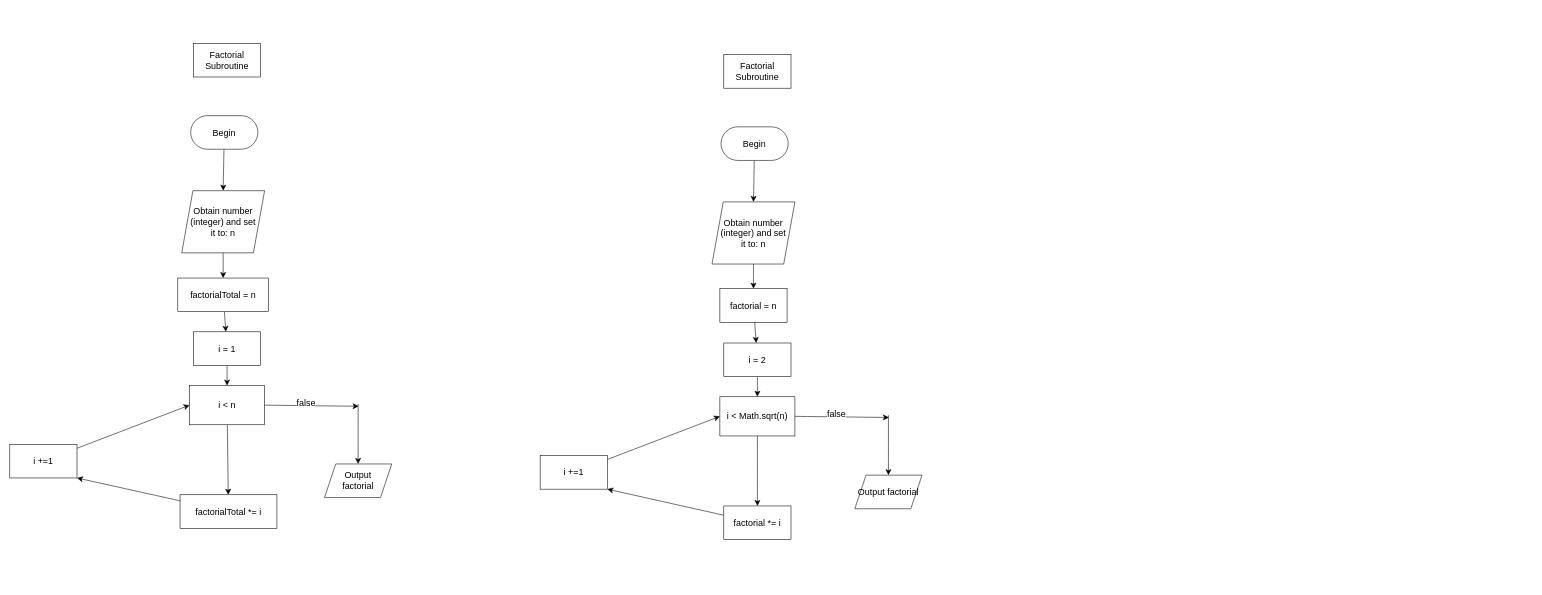
Before: anwarAssignment24/isPrime.drawio in mh-anwar/ICS3U1, a draw.io diagram. Source tidied: cells renumbered, new cells numbered last; positions are measured from the earlier drawing's top-left corner, leaving out a move shared by most shapes. Both pictures are drawn from the tidied source at 56%, with x=0, y=0 at pixel (10, 43).
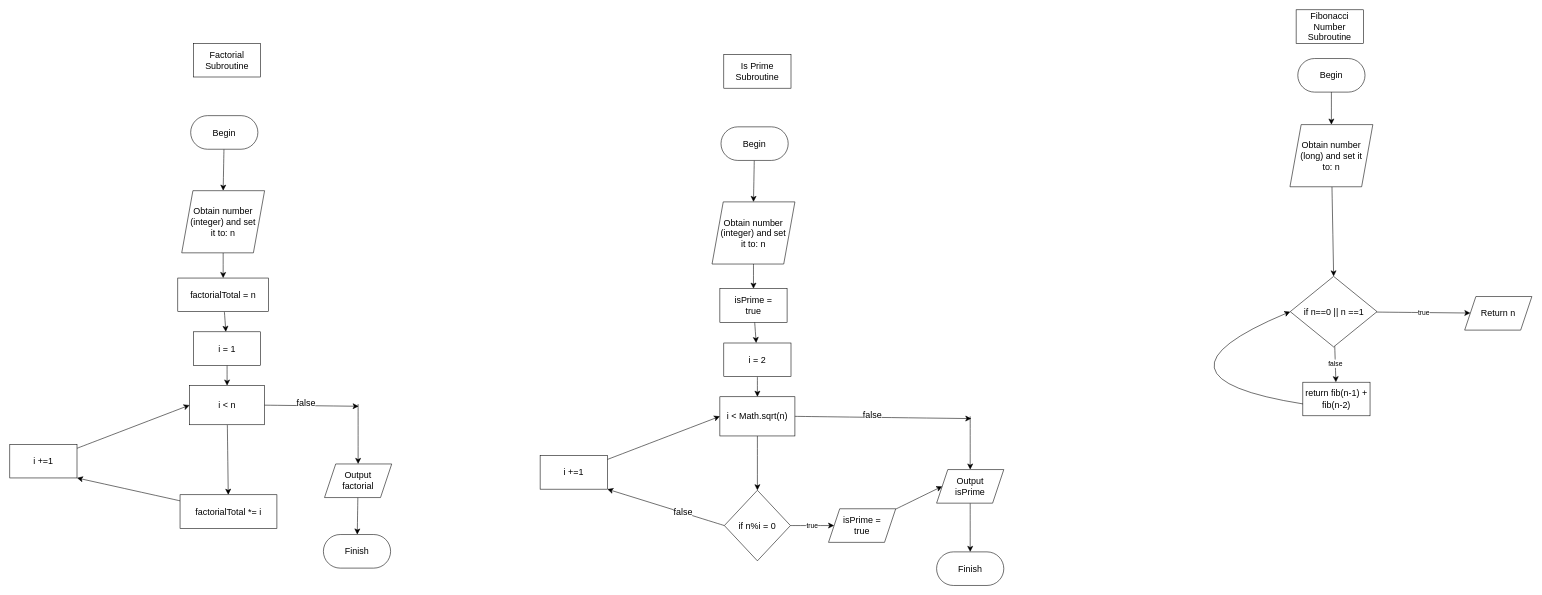
The same diagram, later.

Unchanged cells that the change refers to:
```xml
<mxCell id="10" value="Output factorial" style="shape=parallelogram;perimeter=parallelogramPerimeter;whiteSpace=wrap;html=1;fixedSize=1;fontSize=16;spacing=12;" parent="1" vertex="1">
  <mxGeometry x="562" y="751" width="120" height="60" as="geometry" />
</mxCell>
<mxCell id="26" value="i &amp;lt; Math.sqrt(n)" style="whiteSpace=wrap;html=1;fontSize=16;spacing=12;" parent="1" vertex="1">
  <mxGeometry x="1268" y="631" width="134" height="70" as="geometry" />
</mxCell>
<mxCell id="38" value="i +=1" style="whiteSpace=wrap;html=1;fontSize=16;spacing=12;" parent="1" vertex="1">
  <mxGeometry x="947" y="736" width="120" height="60" as="geometry" />
</mxCell>
```

Change to the diagram source:
```diff
@@
+    <mxCell id="40" style="edgeStyle=none;curved=1;rounded=0;jettySize=auto;html=1;fontSize=12;startSize=8;endSize=8;" parent="1" edge="1" source="10" target="50">
+      <mxGeometry relative="1" as="geometry" />
+    </mxCell>
@@
-    <mxCell id="25" style="edgeStyle=none;curved=1;rounded=0;jettySize=auto;html=1;fontSize=12;startSize=8;endSize=8;" parent="1" edge="1" source="26" target="36">
-      <mxGeometry relative="1" as="geometry" />
-    </mxCell>
+    <mxCell id="41" style="edgeStyle=none;curved=1;rounded=0;jettySize=auto;html=1;fontSize=12;startSize=8;endSize=8;" parent="1" edge="1" source="26" target="44">
+      <mxGeometry relative="1" as="geometry" />
+    </mxCell>
@@
     <mxCell id="27" style="endArrow=classic;html=1;rounded=0;fontSize=12;startSize=8;endSize=8;curved=1;exitX=1;exitY=0.5;exitDx=0;exitDy=0;" parent="1" edge="1" source="26">
       <mxGeometry relative="1" as="geometry">
-        <mxPoint x="1570" y="668" as="targetPoint" />
+        <mxPoint x="1717" y="670" as="targetPoint" />
       </mxGeometry>
     </mxCell>
@@
+    <mxCell id="42" style="edgeStyle=none;curved=1;rounded=0;jettySize=auto;html=1;fontSize=12;startSize=8;endSize=8;" parent="1" edge="1" source="29" target="49">
+      <mxGeometry relative="1" as="geometry" />
+    </mxCell>
-    <mxCell id="29" value="Output factorial" style="shape=parallelogram;perimeter=parallelogramPerimeter;whiteSpace=wrap;html=1;fixedSize=1;fontSize=16;" parent="1" vertex="1">
-      <mxGeometry x="1509" y="771" width="120" height="60" as="geometry" />
+    <mxCell id="29" value="Output isPrime" style="shape=parallelogram;perimeter=parallelogramPerimeter;whiteSpace=wrap;html=1;fixedSize=1;fontSize=16;spacing=12;" parent="1" vertex="1">
+      <mxGeometry x="1655" y="761" width="120" height="60" as="geometry" />
     </mxCell>
     <mxCell id="30" style="endArrow=classic;html=1;rounded=0;fontSize=12;startSize=8;endSize=8;curved=1;entryX=0.5;entryY=0;entryDx=0;entryDy=0;" parent="1" edge="1" target="29">
       <mxGeometry relative="1" as="geometry">
-        <mxPoint x="1569" y="664" as="sourcePoint" />
+        <mxPoint x="1715" y="666" as="sourcePoint" />
       </mxGeometry>
     </mxCell>
@@
-    <mxCell id="32" value="factorial = n" style="whiteSpace=wrap;html=1;fontSize=16;spacing=12;" parent="1" vertex="1">
+    <mxCell id="32" value="isPrime = true" style="whiteSpace=wrap;html=1;fontSize=16;spacing=12;" parent="1" vertex="1">
       <mxGeometry x="1268" y="438" width="120" height="60" as="geometry" />
     </mxCell>
@@
-    <mxCell id="35" style="edgeStyle=none;curved=1;rounded=0;jettySize=auto;html=1;fontSize=12;startSize=8;endSize=8;entryX=1;entryY=1;entryDx=0;entryDy=0;" parent="1" edge="1" source="36" target="38">
-      <mxGeometry relative="1" as="geometry" />
-    </mxCell>
-    <mxCell id="36" value="factorial *= i" style="whiteSpace=wrap;html=1;fontSize=16;spacing=12;" parent="1" vertex="1">
-      <mxGeometry x="1275" y="826" width="120" height="60" as="geometry" />
-    </mxCell>
@@
-    <mxCell id="39" value="Factorial Subroutine" style="rounded=0;whiteSpace=wrap;html=1;fontSize=16;" parent="1" vertex="1">
+    <mxCell id="39" value="Is Prime Subroutine" style="rounded=0;whiteSpace=wrap;html=1;fontSize=16;" parent="1" vertex="1">
       <mxGeometry x="1275" y="20" width="120" height="60" as="geometry" />
     </mxCell>
+    <mxCell id="43" value="true" style="edgeStyle=none;curved=1;rounded=0;jettySize=auto;html=1;fontSize=12;startSize=8;endSize=8;" parent="1" edge="1" source="44" target="48">
+      <mxGeometry relative="1" as="geometry" />
+    </mxCell>
+    <mxCell id="44" value="if n%i = 0" style="rhombus;whiteSpace=wrap;html=1;fontSize=16;spacing=12;" parent="1" vertex="1">
+      <mxGeometry x="1276" y="798" width="118" height="126" as="geometry" />
+    </mxCell>
+    <mxCell id="45" style="endArrow=classic;html=1;rounded=0;fontSize=12;startSize=8;endSize=8;curved=1;exitX=0;exitY=0.5;exitDx=0;exitDy=0;entryX=1;entryY=1;entryDx=0;entryDy=0;" parent="1" edge="1" source="44" target="38">
+      <mxGeometry relative="1" as="geometry" />
+    </mxCell>
+    <mxCell id="46" value="false" style="edgeLabel;html=1;align=center;verticalAlign=middle;fontSize=16;" parent="45" vertex="1">
+      <mxGeometry x="-0.29" relative="1" as="geometry">
+        <mxPoint y="-1" as="offset" />
+      </mxGeometry>
+    </mxCell>
+    <mxCell id="47" style="edgeStyle=none;curved=1;rounded=0;jettySize=auto;html=1;fontSize=12;startSize=8;endSize=8;entryX=0;entryY=0.5;entryDx=0;entryDy=0;" parent="1" edge="1" source="48" target="29">
+      <mxGeometry relative="1" as="geometry" />
+    </mxCell>
+    <mxCell id="48" value="isPrime = true" style="shape=parallelogram;perimeter=parallelogramPerimeter;whiteSpace=wrap;html=1;fixedSize=1;fontSize=16;spacing=12;" parent="1" vertex="1">
+      <mxGeometry x="1462" y="831" width="120" height="60" as="geometry" />
+    </mxCell>
+    <mxCell id="49" value="Finish" style="rounded=1;whiteSpace=wrap;html=1;fontSize=16;arcSize=50;" parent="1" vertex="1">
+      <mxGeometry x="1655" y="908" width="120" height="60" as="geometry" />
+    </mxCell>
+    <mxCell id="50" value="Finish" style="rounded=1;whiteSpace=wrap;html=1;fontSize=16;arcSize=50;" parent="1" vertex="1">
+      <mxGeometry x="560" y="877" width="120" height="60" as="geometry" />
+    </mxCell>
+    <mxCell id="51" style="edgeStyle=none;curved=1;rounded=0;jettySize=auto;html=1;fontSize=12;startSize=8;endSize=8;entryX=0.5;entryY=0;entryDx=0;entryDy=0;" parent="1" edge="1" source="52" target="54">
+      <mxGeometry relative="1" as="geometry" />
+    </mxCell>
+    <mxCell id="52" value="Begin" style="rounded=1;whiteSpace=wrap;html=1;fontSize=16;arcSize=50;" parent="1" vertex="1">
+      <mxGeometry x="2300" y="27" width="120" height="60" as="geometry" />
+    </mxCell>
+    <mxCell id="53" style="edgeStyle=none;curved=1;rounded=0;jettySize=auto;html=1;fontSize=12;startSize=8;endSize=8;entryX=0.5;entryY=0;entryDx=0;entryDy=0;" parent="1" edge="1" source="54" target="60">
+      <mxGeometry relative="1" as="geometry" />
+    </mxCell>
+    <mxCell id="54" value="Obtain number (long) and set it to: n" style="shape=parallelogram;perimeter=parallelogramPerimeter;whiteSpace=wrap;html=1;fixedSize=1;fontSize=16;spacing=12;" parent="1" vertex="1">
+      <mxGeometry x="2286" y="145" width="148" height="111" as="geometry" />
+    </mxCell>
+    <mxCell id="55" style="edgeStyle=none;curved=1;rounded=0;jettySize=auto;html=1;entryX=0;entryY=0.5;entryDx=0;entryDy=0;fontSize=12;startSize=8;endSize=8;exitX=0.012;exitY=0.65;exitDx=0;exitDy=0;exitPerimeter=0;" parent="1" edge="1" source="56" target="60">
+      <mxGeometry relative="1" as="geometry">
+        <Array as="points">
+          <mxPoint x="2007" y="596" />
+        </Array>
+      </mxGeometry>
+    </mxCell>
+    <mxCell id="56" value="return fib(n-1) + fib(n-2)" style="rounded=0;whiteSpace=wrap;html=1;fontSize=16;" parent="1" vertex="1">
+      <mxGeometry x="2309" y="605" width="120" height="60" as="geometry" />
+    </mxCell>
+    <mxCell id="57" value="Fibonacci Number Subroutine" style="rounded=0;whiteSpace=wrap;html=1;fontSize=16;" parent="1" vertex="1">
+      <mxGeometry x="2297" y="-60" width="120" height="60" as="geometry" />
+    </mxCell>
+    <mxCell id="58" value="true" style="edgeStyle=none;curved=1;rounded=0;jettySize=auto;html=1;fontSize=12;startSize=8;endSize=8;" parent="1" edge="1" source="60" target="61">
+      <mxGeometry relative="1" as="geometry" />
+    </mxCell>
+    <mxCell id="59" value="false" style="edgeStyle=none;curved=1;rounded=0;jettySize=auto;html=1;fontSize=12;startSize=8;endSize=8;" parent="1" edge="1" source="60" target="56">
+      <mxGeometry relative="1" as="geometry" />
+    </mxCell>
+    <mxCell id="60" value="if n==0 || n ==1" style="rhombus;whiteSpace=wrap;html=1;fontSize=16;spacing=12;" parent="1" vertex="1">
+      <mxGeometry x="2286.5" y="416" width="155" height="126" as="geometry" />
+    </mxCell>
+    <mxCell id="61" value="Return n" style="shape=parallelogram;perimeter=parallelogramPerimeter;whiteSpace=wrap;html=1;fixedSize=1;fontSize=16;" parent="1" vertex="1">
+      <mxGeometry x="2598" y="452" width="120" height="60" as="geometry" />
+    </mxCell>
```
